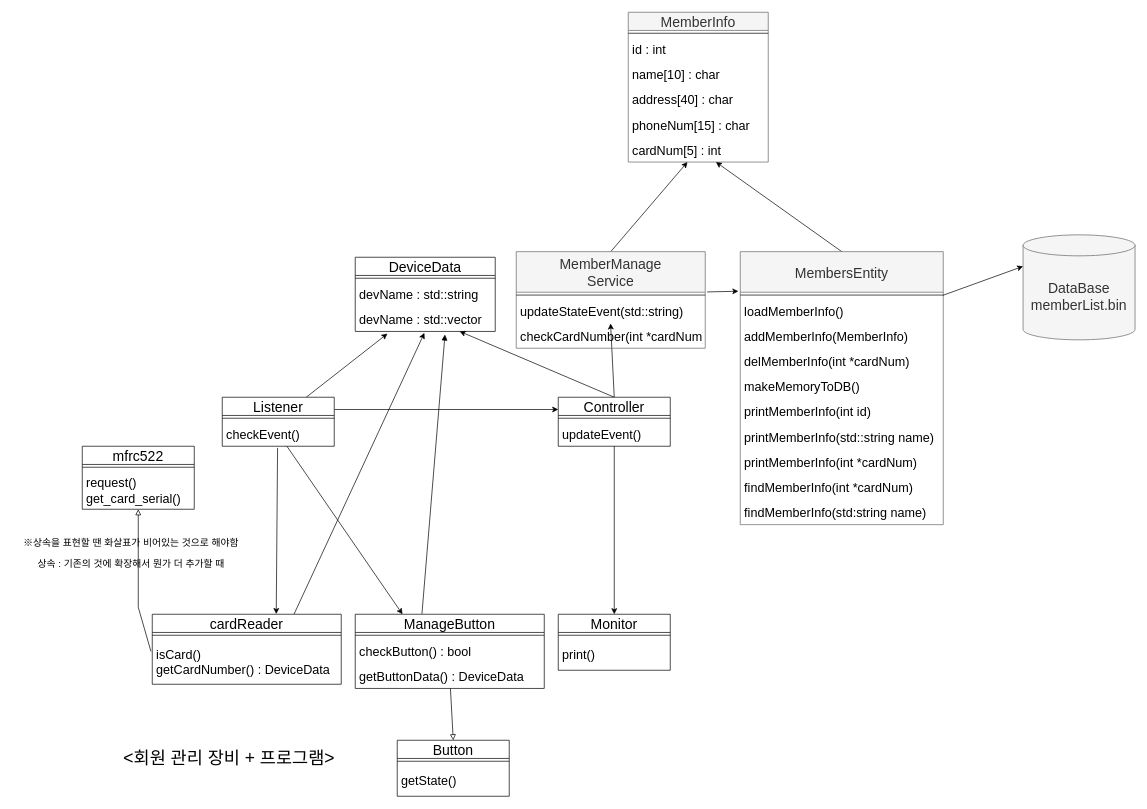
Above: page "After Refactory3(0921)" (4 of 5) of SW_Design/SW_Design.drawio in Chigook/GolfMembersManager (draw.io), before the change. Source tidied: cells renumbered, new cells numbered last; positions are measured from the earlier drawing's top-left corner, leaving out a move shared by most shapes. Both pictures are drawn from the tidied source at 70%, with x=0, y=0 at pixel (12, 12).
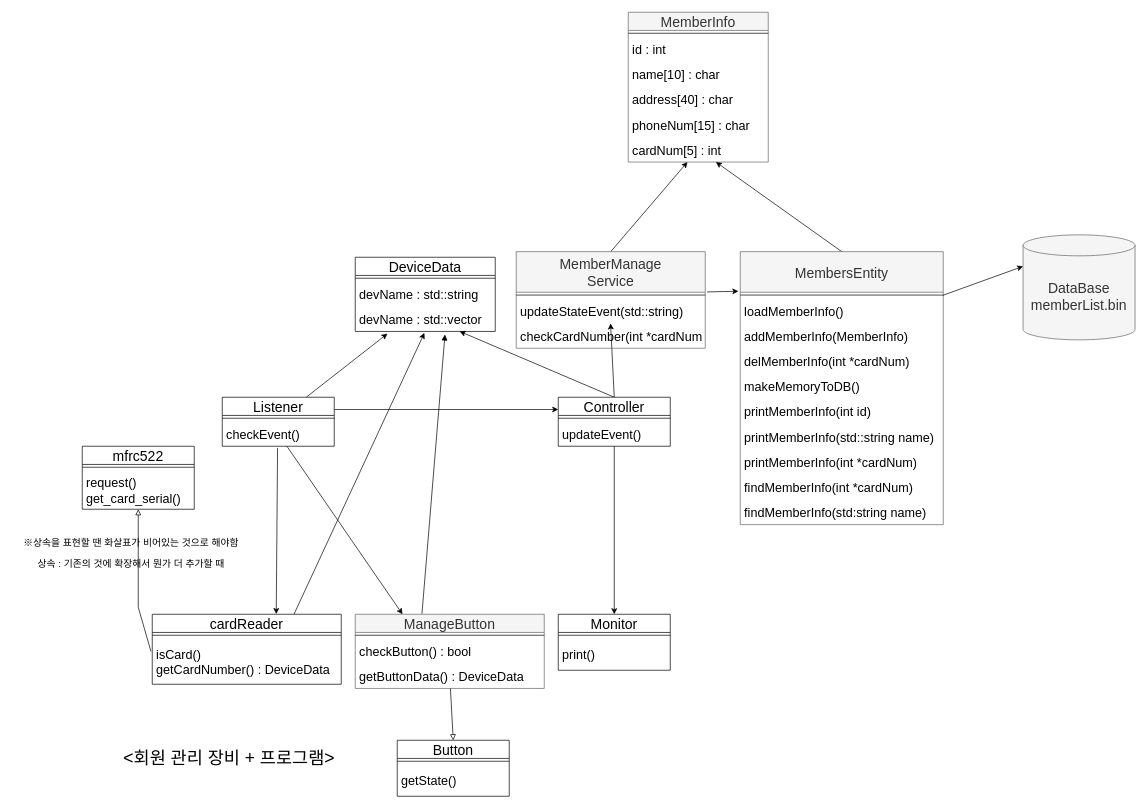
Above is the later version.

What changed in the source:
```diff
@@
-    <mxCell id="63" value="ManageButton" style="swimlane;fontStyle=0;align=center;verticalAlign=middle;horizontal=1;startSize=26;fontSize=20;rounded=0;" parent="1" vertex="1">
+    <mxCell id="63" value="ManageButton" style="swimlane;fontStyle=0;align=center;verticalAlign=middle;horizontal=1;startSize=26;fontSize=20;rounded=0;fillColor=#f5f5f5;fontColor=#333333;strokeColor=#666666;" parent="1" vertex="1">
       <mxGeometry x="490" y="860" width="270" height="106" as="geometry" />
     </mxCell>
```
